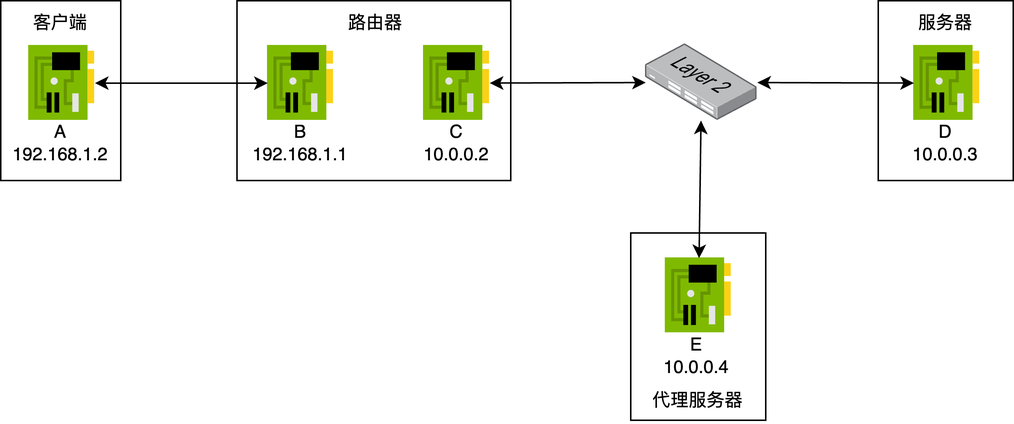
This is example_topo2.png from N2Sys-EDU/Lab3-Documentation, a draw.io export, as it was before one commit. Source tidied: cells renumbered, new cells last; positions are measured from the earlier drawing's top-left corner, leaving out a move shared by most shapes.
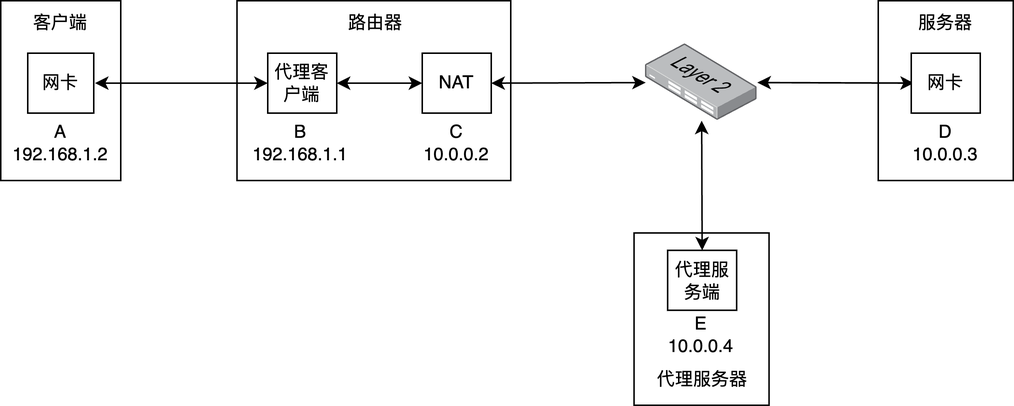
The same file after the commit.

The edit, as a diff of the source:
```diff
@@ -6,7 +6,7 @@
       <mxGeometry x="585" width="90" height="120" as="geometry" />
     </mxCell>
     <mxCell id="3" style="rounded=0;whiteSpace=wrap;html=1;" parent="1" vertex="1">
-      <mxGeometry x="420" y="155" width="90" height="125" as="geometry" />
+      <mxGeometry x="422.2" y="155" width="90" height="115" as="geometry" />
     </mxCell>
     <mxCell id="4" style="rounded=0;whiteSpace=wrap;html=1;" parent="1" vertex="1">
       <mxGeometry x="157.5" width="182.5" height="120" as="geometry" />
@@ -17,12 +17,6 @@
     <mxCell id="6" value="客户端" style="text;html=1;strokeColor=none;fillColor=none;align=center;verticalAlign=middle;whiteSpace=wrap;rounded=0;" parent="1" vertex="1">
       <mxGeometry width="80" height="30" as="geometry" />
     </mxCell>
-    <mxCell id="7" style="sketch=0;html=1;points=[];align=center;image;fontSize=12;image=img/lib/mscae/NetworkInterfaceCard.svg;" parent="1" vertex="1">
-      <mxGeometry x="178" y="30" width="44" height="50" as="geometry" />
-    </mxCell>
-    <mxCell id="8" style="sketch=0;html=1;points=[];align=center;image;fontSize=12;image=img/lib/mscae/NetworkInterfaceCard.svg;" parent="1" vertex="1">
-      <mxGeometry x="18.8" y="30" width="44" height="50" as="geometry" />
-    </mxCell>
     <mxCell id="9" value="A&lt;br&gt;192.168.1.2" style="text;html=1;strokeColor=none;fillColor=none;align=center;verticalAlign=middle;whiteSpace=wrap;rounded=0;" parent="1" vertex="1">
       <mxGeometry y="80" width="80" height="30" as="geometry" />
     </mxCell>
@@ -32,44 +26,61 @@
     <mxCell id="11" value="B&lt;br&gt;192.168.1.1" style="text;html=1;strokeColor=none;fillColor=none;align=center;verticalAlign=middle;whiteSpace=wrap;rounded=0;" parent="1" vertex="1">
       <mxGeometry x="160" y="80" width="80" height="30" as="geometry" />
     </mxCell>
-    <mxCell id="12" style="endArrow=classic;startArrow=classic;html=1;" parent="1" edge="1" source="8" target="7">
-      <mxGeometry relative="1" as="geometry" />
+    <mxCell id="12" style="endArrow=classic;startArrow=classic;html=1;" parent="1" edge="1">
+      <mxGeometry relative="1" as="geometry">
+        <mxPoint x="62.8" y="55" as="sourcePoint" />
+        <mxPoint x="178" y="55" as="targetPoint" />
+      </mxGeometry>
     </mxCell>
-    <mxCell id="13" style="sketch=0;html=1;points=[];align=center;image;fontSize=12;image=img/lib/mscae/NetworkInterfaceCard.svg;" parent="1" vertex="1">
-      <mxGeometry x="282" y="30" width="44" height="50" as="geometry" />
-    </mxCell>
     <mxCell id="14" value="C&lt;br&gt;10.0.0.2" style="text;html=1;strokeColor=none;fillColor=none;align=center;verticalAlign=middle;whiteSpace=wrap;rounded=0;" parent="1" vertex="1">
       <mxGeometry x="264" y="80" width="80" height="30" as="geometry" />
     </mxCell>
     <mxCell id="15" value="服务器" style="text;html=1;strokeColor=none;fillColor=none;align=center;verticalAlign=middle;whiteSpace=wrap;rounded=0;" parent="1" vertex="1">
       <mxGeometry x="590" width="80" height="30" as="geometry" />
     </mxCell>
-    <mxCell id="16" style="sketch=0;html=1;points=[];align=center;image;fontSize=12;image=img/lib/mscae/NetworkInterfaceCard.svg;" parent="1" vertex="1">
-      <mxGeometry x="608.8" y="30" width="44" height="50" as="geometry" />
-    </mxCell>
     <mxCell id="17" value="D&lt;br&gt;10.0.0.3" style="text;html=1;strokeColor=none;fillColor=none;align=center;verticalAlign=middle;whiteSpace=wrap;rounded=0;" parent="1" vertex="1">
       <mxGeometry x="590" y="80" width="80" height="30" as="geometry" />
     </mxCell>
-    <mxCell id="18" style="endArrow=classic;startArrow=classic;html=1;" parent="1" edge="1" source="13" target="19">
+    <mxCell id="18" style="endArrow=classic;startArrow=classic;html=1;exitX=1;exitY=0.5;exitDx=0;exitDy=0;" parent="1" edge="1" source="28" target="19">
       <mxGeometry relative="1" as="geometry" />
     </mxCell>
     <mxCell id="19" style="points=[];html=1;align=center;shadow=0;dashed=0;image;image=img/lib/allied_telesis/switch/Switch_24_port_L2.svg;" parent="1" vertex="1">
       <mxGeometry x="430" y="29" width="74.4" height="51" as="geometry" />
     </mxCell>
-    <mxCell id="20" style="endArrow=classic;startArrow=classic;html=1;" parent="1" edge="1" source="19" target="16">
-      <mxGeometry relative="1" as="geometry" />
+    <mxCell id="20" style="endArrow=classic;startArrow=classic;html=1;" parent="1" edge="1" source="19">
+      <mxGeometry relative="1" as="geometry">
+        <mxPoint x="608.8" y="54.9" as="targetPoint" />
+      </mxGeometry>
     </mxCell>
     <mxCell id="21" value="代理服务器" style="text;html=1;strokeColor=none;fillColor=none;align=center;verticalAlign=middle;whiteSpace=wrap;rounded=0;" parent="1" vertex="1">
-      <mxGeometry x="425.2" y="251.8" width="80" height="30" as="geometry" />
+      <mxGeometry x="427.6" y="238.4" width="80" height="30" as="geometry" />
     </mxCell>
-    <mxCell id="22" style="sketch=0;html=1;points=[];align=center;image;fontSize=12;image=img/lib/mscae/NetworkInterfaceCard.svg;" parent="1" vertex="1">
-      <mxGeometry x="443.2" y="171.8" width="44" height="50" as="geometry" />
-    </mxCell>
     <mxCell id="23" value="E&lt;br&gt;10.0.0.4" style="text;html=1;strokeColor=none;fillColor=none;align=center;verticalAlign=middle;whiteSpace=wrap;rounded=0;" parent="1" vertex="1">
-      <mxGeometry x="424.4" y="221.8" width="80" height="30" as="geometry" />
+      <mxGeometry x="426.8" y="208.4" width="80" height="30" as="geometry" />
     </mxCell>
-    <mxCell id="24" style="endArrow=classic;startArrow=classic;html=1;" parent="1" edge="1" source="19" target="22">
+    <mxCell id="24" style="endArrow=classic;startArrow=classic;html=1;entryX=0.5;entryY=0;entryDx=0;entryDy=0;" parent="1" edge="1" source="19" target="31">
       <mxGeometry relative="1" as="geometry" />
     </mxCell>
+    <mxCell id="25" value="网卡" style="rounded=0;whiteSpace=wrap;html=1;" parent="1" vertex="1">
+      <mxGeometry x="18" y="35" width="44" height="40" as="geometry" />
+    </mxCell>
+    <mxCell id="26" style="edgeStyle=none;html=1;exitX=1;exitY=0.5;exitDx=0;exitDy=0;entryX=0;entryY=0.5;entryDx=0;entryDy=0;startArrow=classic;startFill=1;" parent="1" edge="1" source="27" target="28">
+      <mxGeometry relative="1" as="geometry" />
+    </mxCell>
+    <mxCell id="27" value="代理客户端" style="rounded=0;whiteSpace=wrap;html=1;" parent="1" vertex="1">
+      <mxGeometry x="178" y="35" width="46" height="40" as="geometry" />
+    </mxCell>
+    <mxCell id="28" value="NAT" style="rounded=0;whiteSpace=wrap;html=1;" parent="1" vertex="1">
+      <mxGeometry x="281" y="35" width="46" height="40" as="geometry" />
+    </mxCell>
+    <mxCell id="29" style="edgeStyle=none;html=1;exitX=0;exitY=0.5;exitDx=0;exitDy=0;" parent="1" edge="1" source="30" target="19">
+      <mxGeometry relative="1" as="geometry" />
+    </mxCell>
+    <mxCell id="30" value="网卡" style="rounded=0;whiteSpace=wrap;html=1;" parent="1" vertex="1">
+      <mxGeometry x="607" y="35" width="46" height="40" as="geometry" />
+    </mxCell>
+    <mxCell id="31" value="代理服务端" style="rounded=0;whiteSpace=wrap;html=1;" parent="1" vertex="1">
+      <mxGeometry x="444.6" y="166.6" width="46" height="40" as="geometry" />
+    </mxCell>
   </root>
 </mxGraphModel>
```
